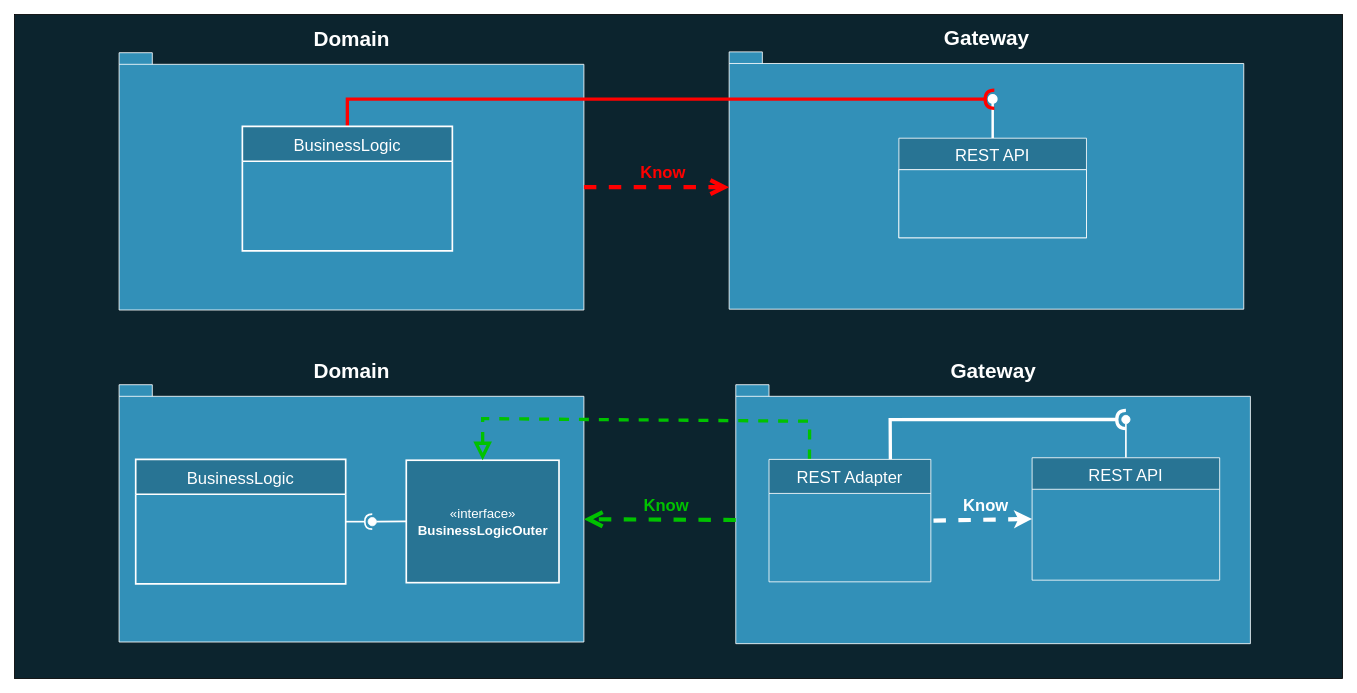
Before: diagrams/caWithoutAndWithDIP.drawio in AlexanderLapygin/dependency-inversion-slides, a draw.io diagram. Source tidied: cells renumbered, new cells numbered last; positions are measured from the earlier drawing's top-left corner, leaving out a move shared by most shapes. Both pictures are drawn from the tidied source at 83%, with x=0, y=0 at pixel (14, 14).
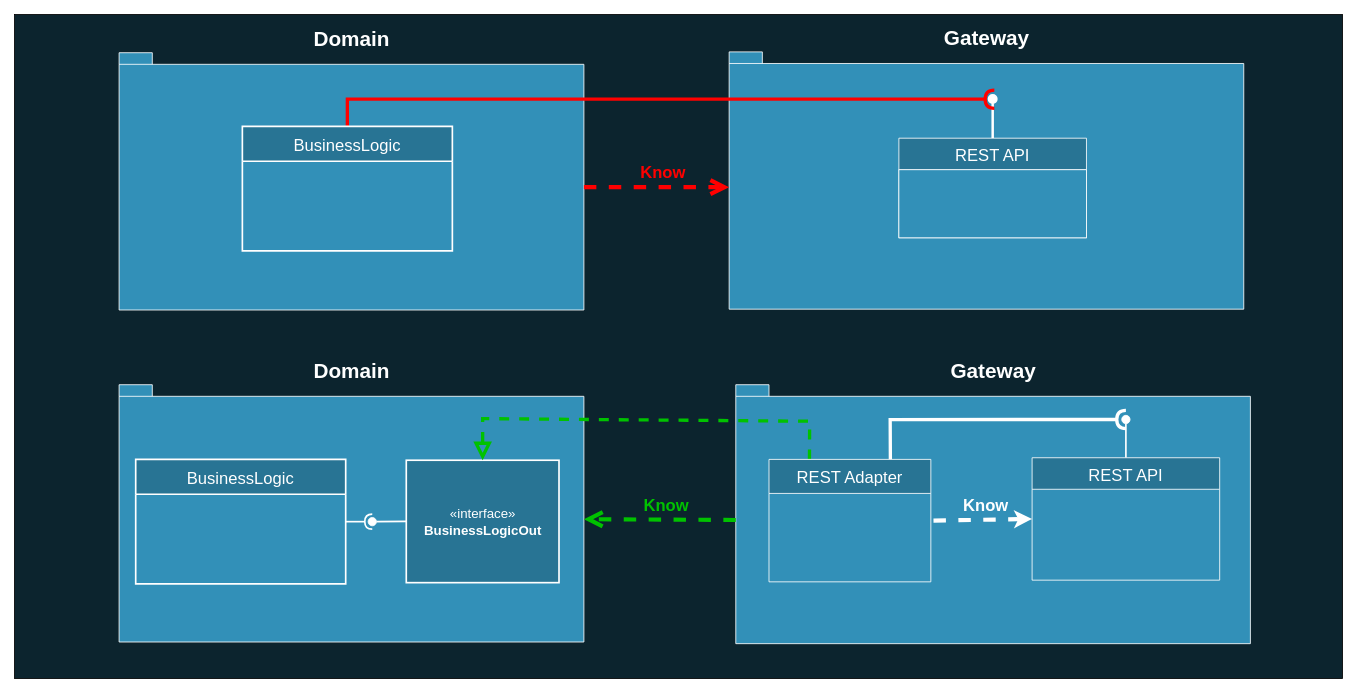
The same diagram, later.

The edit, as a diff of the source:
```diff
@@
-    <mxCell id="6" value="&lt;font style=&quot;font-size: 16px&quot;&gt;&lt;font style=&quot;font-size: 16px&quot;&gt;«interface»&lt;/font&gt;&lt;br&gt;&lt;b&gt;&lt;font style=&quot;font-size: 16px&quot;&gt;BusinessLogicOuter&lt;/font&gt;&lt;/b&gt;&lt;/font&gt;" style="html=1;fillColor=#287494;fontColor=#FFFFFF;strokeWidth=2;strokeColor=#FFFFFF;" parent="1" vertex="1">
+    <mxCell id="6" value="&lt;font style=&quot;font-size: 16px&quot;&gt;&lt;font style=&quot;font-size: 16px&quot;&gt;«interface»&lt;/font&gt;&lt;br&gt;&lt;b&gt;&lt;font style=&quot;font-size: 16px&quot;&gt;BusinessLogicOut&lt;/font&gt;&lt;/b&gt;&lt;/font&gt;" style="html=1;fillColor=#287494;fontColor=#FFFFFF;strokeWidth=2;strokeColor=#FFFFFF;" parent="1" vertex="1">
       <mxGeometry x="472" y="537" width="184" height="147.5" as="geometry" />
     </mxCell>
```
